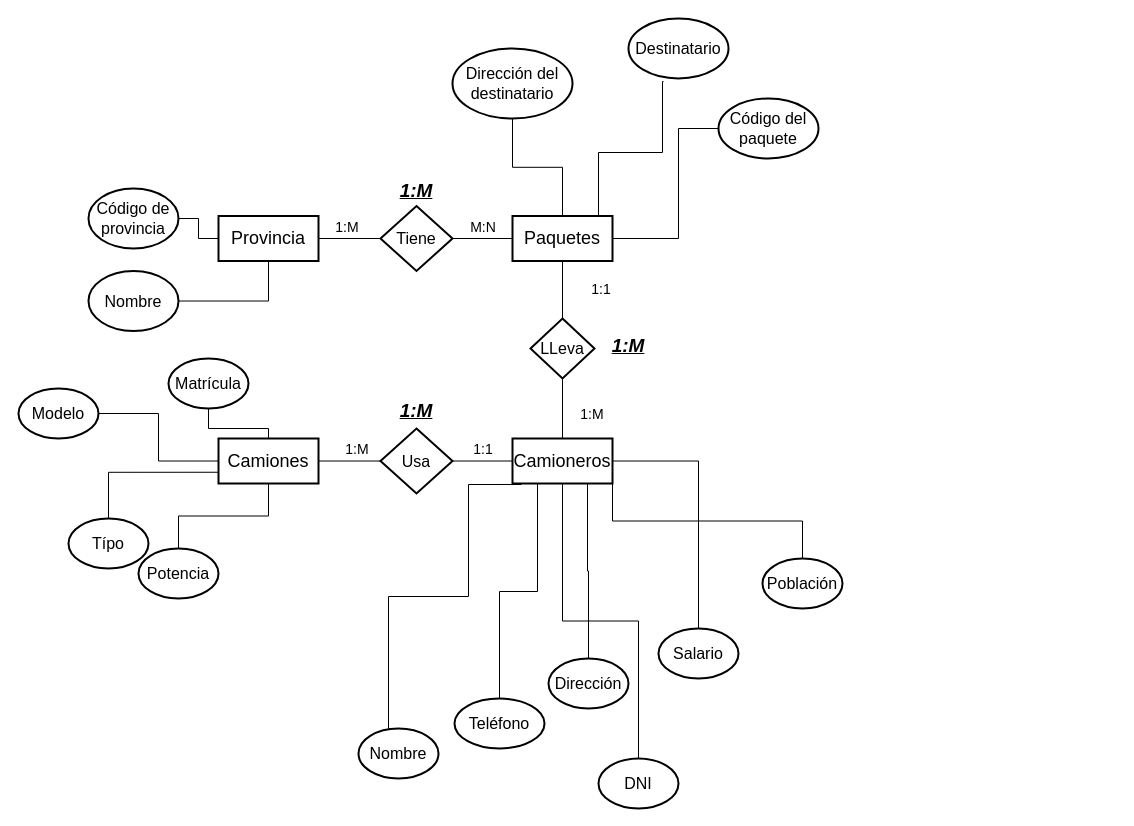
The draw.io diagram page "Page-1" (1 of 3) of Leccion.drawio in NestorLozada/Periodo2020-2, before the edit. Source tidied: cells renumbered, new cells numbered last; positions are measured from the earlier drawing's top-left corner, leaving out a move shared by most shapes. Both pictures are drawn from the tidied source at 100%, with x=0, y=0 at pixel (18, 18).
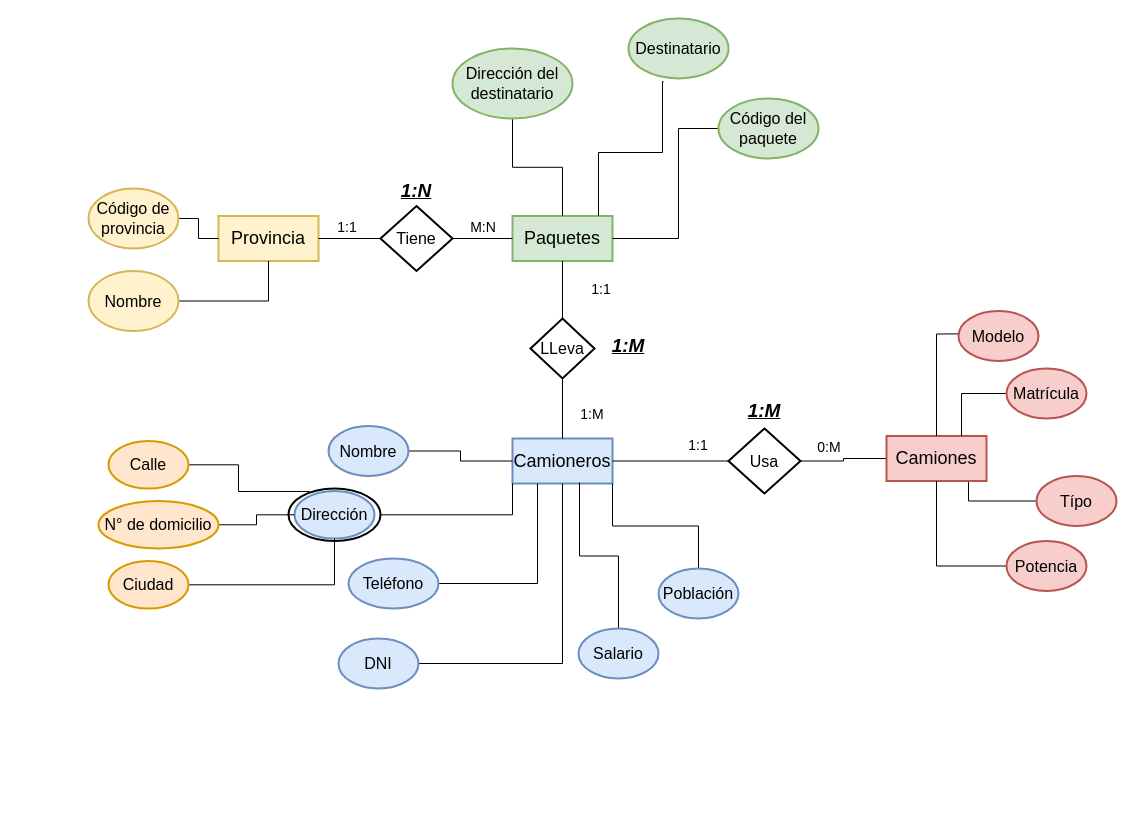
Above is the later version.

What changed in the source:
```diff
@@
-    <mxCell id="2" value="Camioneros" style="rounded=0;whiteSpace=wrap;html=1;fontSize=18;strokeWidth=2;" parent="1" vertex="1">
+    <mxCell id="2" value="Camioneros" style="rounded=0;whiteSpace=wrap;html=1;fontSize=18;strokeWidth=2;fillColor=#dae8fc;strokeColor=#6c8ebf;" parent="1" vertex="1">
       <mxGeometry x="494" y="420" width="100" height="45" as="geometry" />
     </mxCell>
@@
-    <mxCell id="4" value="DNI" style="ellipse;whiteSpace=wrap;html=1;fontSize=16;strokeWidth=2;" parent="1" vertex="1">
-      <mxGeometry x="580" y="740" width="80" height="50" as="geometry" />
+    <mxCell id="4" value="DNI" style="ellipse;whiteSpace=wrap;html=1;fontSize=16;strokeWidth=2;fillColor=#dae8fc;strokeColor=#6c8ebf;" parent="1" vertex="1">
+      <mxGeometry x="320" y="620" width="80" height="50" as="geometry" />
     </mxCell>
-    <mxCell id="5" style="edgeStyle=orthogonalEdgeStyle;rounded=0;jettySize=auto;html=1;fontSize=16;endArrow=none;endFill=0;entryX=0.09;entryY=1.022;entryDx=0;entryDy=0;entryPerimeter=0;exitX=0.5;exitY=0;exitDx=0;exitDy=0;" parent="1" edge="1" source="6" target="2">
-      <mxGeometry relative="1" as="geometry">
-        <Array as="points">
-          <mxPoint x="370" y="578" />
-          <mxPoint x="450" y="578" />
-          <mxPoint x="450" y="466" />
-        </Array>
-      </mxGeometry>
+    <mxCell id="5" style="edgeStyle=orthogonalEdgeStyle;rounded=0;jettySize=auto;html=1;endArrow=none;endFill=0;" parent="1" edge="1" source="6" target="2">
+      <mxGeometry relative="1" as="geometry" />
     </mxCell>
-    <mxCell id="6" value="Nombre" style="ellipse;whiteSpace=wrap;html=1;fontSize=16;strokeWidth=2;" parent="1" vertex="1">
-      <mxGeometry x="340" y="710" width="80" height="50" as="geometry" />
+    <mxCell id="6" value="Nombre" style="ellipse;whiteSpace=wrap;html=1;fontSize=16;strokeWidth=2;fillColor=#dae8fc;strokeColor=#6c8ebf;" parent="1" vertex="1">
+      <mxGeometry x="310" y="407.5" width="80" height="50" as="geometry" />
     </mxCell>
-    <mxCell id="7" style="edgeStyle=orthogonalEdgeStyle;rounded=0;jettySize=auto;html=1;fontSize=16;endArrow=none;endFill=0;entryX=0.25;entryY=1;entryDx=0;entryDy=0;" parent="1" edge="1" source="8" target="2">
-      <mxGeometry relative="1" as="geometry">
-        <Array as="points">
-          <mxPoint x="481" y="573" />
-          <mxPoint x="519" y="573" />
-        </Array>
-      </mxGeometry>
+    <mxCell id="7" style="edgeStyle=orthogonalEdgeStyle;rounded=0;jettySize=auto;html=1;endArrow=none;endFill=0;entryX=0.25;entryY=1;entryDx=0;entryDy=0;" parent="1" edge="1" source="8" target="2">
+      <mxGeometry relative="1" as="geometry" />
     </mxCell>
-    <mxCell id="8" value="Teléfono" style="ellipse;whiteSpace=wrap;html=1;fontSize=16;strokeWidth=2;" parent="1" vertex="1">
-      <mxGeometry x="436" y="680" width="90" height="50" as="geometry" />
+    <mxCell id="8" value="Teléfono" style="ellipse;whiteSpace=wrap;html=1;fontSize=16;strokeWidth=2;fillColor=#dae8fc;strokeColor=#6c8ebf;" parent="1" vertex="1">
+      <mxGeometry x="330" y="540" width="90" height="50" as="geometry" />
     </mxCell>
-    <mxCell id="9" style="edgeStyle=orthogonalEdgeStyle;rounded=0;jettySize=auto;html=1;fontSize=16;endArrow=none;endFill=0;entryX=0.75;entryY=1;entryDx=0;entryDy=0;" parent="1" edge="1" source="10" target="2">
+    <mxCell id="9" style="edgeStyle=orthogonalEdgeStyle;rounded=0;jettySize=auto;html=1;endArrow=none;endFill=0;entryX=0;entryY=1;entryDx=0;entryDy=0;" parent="1" edge="1" source="10" target="2">
       <mxGeometry relative="1" as="geometry" />
     </mxCell>
-    <mxCell id="10" value="Dirección" style="ellipse;whiteSpace=wrap;html=1;fontSize=16;strokeWidth=2;" parent="1" vertex="1">
-      <mxGeometry x="530" y="640" width="80" height="50" as="geometry" />
+    <mxCell id="10" style="ellipse;whiteSpace=wrap;html=1;fontSize=16;strokeWidth=2;" parent="1" vertex="1">
+      <mxGeometry x="270" y="470" width="92" height="52.5" as="geometry" />
     </mxCell>
-    <mxCell id="11" style="edgeStyle=orthogonalEdgeStyle;rounded=0;jettySize=auto;html=1;fontSize=16;endArrow=none;endFill=0;exitX=0.5;exitY=0;exitDx=0;exitDy=0;entryX=1;entryY=0.5;entryDx=0;entryDy=0;" parent="1" edge="1" source="12" target="2">
+    <mxCell id="11" style="edgeStyle=orthogonalEdgeStyle;rounded=0;jettySize=auto;html=1;endArrow=none;endFill=0;entryX=0.67;entryY=0.978;entryDx=0;entryDy=0;entryPerimeter=0;" parent="1" edge="1" source="12" target="2">
       <mxGeometry relative="1" as="geometry" />
     </mxCell>
-    <mxCell id="12" value="Salario" style="ellipse;whiteSpace=wrap;html=1;fontSize=16;strokeWidth=2;" parent="1" vertex="1">
-      <mxGeometry x="640" y="610" width="80" height="50" as="geometry" />
+    <mxCell id="12" value="Salario" style="ellipse;whiteSpace=wrap;html=1;fontSize=16;strokeWidth=2;fillColor=#dae8fc;strokeColor=#6c8ebf;" parent="1" vertex="1">
+      <mxGeometry x="560" y="610" width="80" height="50" as="geometry" />
     </mxCell>
@@
-    <mxCell id="14" value="Población" style="ellipse;whiteSpace=wrap;html=1;fontSize=16;strokeWidth=2;" parent="1" vertex="1">
-      <mxGeometry x="744" y="540" width="80" height="50" as="geometry" />
+    <mxCell id="14" value="Población" style="ellipse;whiteSpace=wrap;html=1;fontSize=16;strokeWidth=2;fillColor=#dae8fc;strokeColor=#6c8ebf;" parent="1" vertex="1">
+      <mxGeometry x="640" y="550" width="80" height="50" as="geometry" />
     </mxCell>
-    <mxCell id="15" value="Paquetes" style="rounded=0;whiteSpace=wrap;html=1;fontSize=18;strokeWidth=2;" parent="1" vertex="1">
+    <mxCell id="15" value="Paquetes" style="rounded=0;whiteSpace=wrap;html=1;fontSize=18;strokeWidth=2;fillColor=#d5e8d4;strokeColor=#82b366;" parent="1" vertex="1">
       <mxGeometry x="494" y="197.5" width="100" height="45" as="geometry" />
     </mxCell>
-    <mxCell id="16" value="Provincia" style="rounded=0;whiteSpace=wrap;html=1;fontSize=18;strokeWidth=2;" parent="1" vertex="1">
+    <mxCell id="16" value="Provincia" style="rounded=0;whiteSpace=wrap;html=1;fontSize=18;strokeWidth=2;fillColor=#fff2cc;strokeColor=#d6b656;" parent="1" vertex="1">
       <mxGeometry x="200" y="197.5" width="100" height="45" as="geometry" />
     </mxCell>
@@
-    <mxCell id="24" value="Código del paquete" style="ellipse;whiteSpace=wrap;html=1;fontSize=16;strokeWidth=2;" parent="1" vertex="1">
+    <mxCell id="24" value="Código del paquete" style="ellipse;whiteSpace=wrap;html=1;fontSize=16;strokeWidth=2;fillColor=#d5e8d4;strokeColor=#82b366;" parent="1" vertex="1">
       <mxGeometry x="700" y="80" width="100" height="60" as="geometry" />
     </mxCell>
@@
-    <mxCell id="26" value="Destinatario" style="ellipse;whiteSpace=wrap;html=1;fontSize=16;strokeWidth=2;" parent="1" vertex="1">
+    <mxCell id="26" value="Destinatario" style="ellipse;whiteSpace=wrap;html=1;fontSize=16;strokeWidth=2;fillColor=#d5e8d4;strokeColor=#82b366;" parent="1" vertex="1">
       <mxGeometry x="610" width="100" height="60" as="geometry" />
     </mxCell>
@@
-    <mxCell id="28" value="Dirección del destinatario" style="ellipse;whiteSpace=wrap;html=1;fontSize=16;strokeWidth=2;" parent="1" vertex="1">
+    <mxCell id="28" value="Dirección del destinatario" style="ellipse;whiteSpace=wrap;html=1;fontSize=16;strokeWidth=2;fillColor=#d5e8d4;strokeColor=#82b366;" parent="1" vertex="1">
       <mxGeometry x="434" y="30" width="120" height="70" as="geometry" />
     </mxCell>
-    <mxCell id="29" value="1:M" style="text;html=1;strokeColor=none;fillColor=none;align=center;verticalAlign=middle;whiteSpace=wrap;rounded=0;fontSize=19;labelBackgroundColor=default;labelBorderColor=none;fontStyle=7;" parent="1" vertex="1">
+    <mxCell id="29" value="1:N" style="text;html=1;strokeColor=none;fillColor=none;align=center;verticalAlign=middle;whiteSpace=wrap;rounded=0;fontSize=19;labelBackgroundColor=default;labelBorderColor=none;fontStyle=7;" parent="1" vertex="1">
       <mxGeometry x="368" y="157.5" width="60" height="30" as="geometry" />
     </mxCell>
-    <mxCell id="30" value="1:M" style="text;html=1;strokeColor=none;fillColor=none;align=center;verticalAlign=middle;whiteSpace=wrap;rounded=0;labelBackgroundColor=none;labelBorderColor=none;fontSize=14;" parent="1" vertex="1">
+    <mxCell id="30" value="1:1" style="text;html=1;strokeColor=none;fillColor=none;align=center;verticalAlign=middle;whiteSpace=wrap;rounded=0;labelBackgroundColor=none;labelBorderColor=none;fontSize=14;" parent="1" vertex="1">
       <mxGeometry x="300" y="197.5" width="58" height="22.5" as="geometry" />
     </mxCell>
@@
-    <mxCell id="33" style="edgeStyle=orthogonalEdgeStyle;rounded=0;jettySize=auto;html=1;fontSize=14;endArrow=none;endFill=0;exitX=0;exitY=0.75;exitDx=0;exitDy=0;" parent="1" edge="1" source="34" target="39">
+    <mxCell id="33" style="edgeStyle=orthogonalEdgeStyle;rounded=0;jettySize=auto;html=1;fontSize=14;endArrow=none;endFill=0;exitX=0.82;exitY=1;exitDx=0;exitDy=0;exitPerimeter=0;" parent="1" edge="1" source="34" target="39">
       <mxGeometry relative="1" as="geometry" />
     </mxCell>
-    <mxCell id="34" value="Camiones" style="rounded=0;whiteSpace=wrap;html=1;fontSize=18;strokeWidth=2;" parent="1" vertex="1">
-      <mxGeometry x="200" y="420" width="100" height="45" as="geometry" />
+    <mxCell id="34" value="Camiones" style="rounded=0;whiteSpace=wrap;html=1;fontSize=18;strokeWidth=2;fillColor=#f8cecc;strokeColor=#b85450;" parent="1" vertex="1">
+      <mxGeometry x="868" y="417.5" width="100" height="45" as="geometry" />
     </mxCell>
-    <mxCell id="35" style="edgeStyle=orthogonalEdgeStyle;rounded=0;jettySize=auto;html=1;fontSize=14;endArrow=none;endFill=0;" parent="1" edge="1" source="36" target="34">
+    <mxCell id="35" style="edgeStyle=orthogonalEdgeStyle;rounded=0;jettySize=auto;html=1;fontSize=14;endArrow=none;endFill=0;entryX=0.75;entryY=0;entryDx=0;entryDy=0;" parent="1" edge="1" source="36" target="34">
       <mxGeometry relative="1" as="geometry" />
     </mxCell>
-    <mxCell id="36" value="Matrícula" style="ellipse;whiteSpace=wrap;html=1;fontSize=16;strokeWidth=2;" parent="1" vertex="1">
-      <mxGeometry x="150" y="340" width="80" height="50" as="geometry" />
+    <mxCell id="36" value="Matrícula" style="ellipse;whiteSpace=wrap;html=1;fontSize=16;strokeWidth=2;fillColor=#f8cecc;strokeColor=#b85450;" parent="1" vertex="1">
+      <mxGeometry x="988" y="350" width="80" height="50" as="geometry" />
     </mxCell>
-    <mxCell id="37" style="edgeStyle=orthogonalEdgeStyle;rounded=0;jettySize=auto;html=1;fontSize=14;endArrow=none;endFill=0;" parent="1" edge="1" source="38" target="34">
-      <mxGeometry relative="1" as="geometry" />
+    <mxCell id="37" style="edgeStyle=orthogonalEdgeStyle;rounded=0;jettySize=auto;html=1;fontSize=14;endArrow=none;endFill=0;" parent="1" edge="1" target="34">
+      <mxGeometry relative="1" as="geometry">
+        <mxPoint x="998" y="315" as="sourcePoint" />
+      </mxGeometry>
     </mxCell>
-    <mxCell id="38" value="Modelo" style="ellipse;whiteSpace=wrap;html=1;fontSize=16;strokeWidth=2;" parent="1" vertex="1">
-      <mxGeometry y="370" width="80" height="50" as="geometry" />
+    <mxCell id="38" value="Modelo" style="ellipse;whiteSpace=wrap;html=1;fontSize=16;strokeWidth=2;fillColor=#f8cecc;strokeColor=#b85450;" parent="1" vertex="1">
+      <mxGeometry x="940" y="292.5" width="80" height="50" as="geometry" />
     </mxCell>
-    <mxCell id="39" value="Típo" style="ellipse;whiteSpace=wrap;html=1;fontSize=16;strokeWidth=2;" parent="1" vertex="1">
-      <mxGeometry x="50" y="500" width="80" height="50" as="geometry" />
+    <mxCell id="39" value="Típo" style="ellipse;whiteSpace=wrap;html=1;fontSize=16;strokeWidth=2;fillColor=#f8cecc;strokeColor=#b85450;" parent="1" vertex="1">
+      <mxGeometry x="1018" y="457.5" width="80" height="50" as="geometry" />
     </mxCell>
@@
-    <mxCell id="41" value="Potencia" style="ellipse;whiteSpace=wrap;html=1;fontSize=16;strokeWidth=2;" parent="1" vertex="1">
-      <mxGeometry x="120" y="530" width="80" height="50" as="geometry" />
+    <mxCell id="41" value="Potencia" style="ellipse;whiteSpace=wrap;html=1;fontSize=16;strokeWidth=2;fillColor=#f8cecc;strokeColor=#b85450;" parent="1" vertex="1">
+      <mxGeometry x="988" y="522.5" width="80" height="50" as="geometry" />
     </mxCell>
@@
     <mxCell id="43" value="Usa" style="rhombus;whiteSpace=wrap;html=1;fontSize=16;strokeWidth=2;" parent="1" vertex="1">
-      <mxGeometry x="362" y="410" width="72" height="65" as="geometry" />
+      <mxGeometry x="710" y="410" width="72" height="65" as="geometry" />
     </mxCell>
     <mxCell id="44" value="1:M" style="text;html=1;strokeColor=none;fillColor=none;align=center;verticalAlign=middle;whiteSpace=wrap;rounded=0;fontSize=19;labelBackgroundColor=default;labelBorderColor=none;fontStyle=7;" parent="1" vertex="1">
-      <mxGeometry x="368" y="377.5" width="60" height="30" as="geometry" />
+      <mxGeometry x="716" y="377.5" width="60" height="30" as="geometry" />
     </mxCell>
-    <mxCell id="45" value="1:M" style="text;html=1;strokeColor=none;fillColor=none;align=center;verticalAlign=middle;whiteSpace=wrap;rounded=0;labelBackgroundColor=none;labelBorderColor=none;fontSize=14;" parent="1" vertex="1">
-      <mxGeometry x="310" y="420" width="58" height="22.5" as="geometry" />
+    <mxCell id="45" value="1:1" style="text;html=1;strokeColor=none;fillColor=none;align=center;verticalAlign=middle;whiteSpace=wrap;rounded=0;labelBackgroundColor=none;labelBorderColor=none;fontSize=14;" parent="1" vertex="1">
+      <mxGeometry x="651" y="416.2" width="58" height="22.5" as="geometry" />
     </mxCell>
-    <mxCell id="46" value="1:1" style="text;html=1;strokeColor=none;fillColor=none;align=center;verticalAlign=middle;whiteSpace=wrap;rounded=0;labelBackgroundColor=none;labelBorderColor=none;fontSize=14;" parent="1" vertex="1">
-      <mxGeometry x="436" y="420" width="58" height="22.5" as="geometry" />
+    <mxCell id="46" value="0:M" style="text;html=1;strokeColor=none;fillColor=none;align=center;verticalAlign=middle;whiteSpace=wrap;rounded=0;labelBackgroundColor=none;labelBorderColor=none;fontSize=14;" parent="1" vertex="1">
+      <mxGeometry x="782" y="417.5" width="58" height="22.5" as="geometry" />
     </mxCell>
@@
-    <mxCell id="48" value="Código de provincia" style="ellipse;whiteSpace=wrap;html=1;fontSize=16;strokeWidth=2;" parent="1" vertex="1">
+    <mxCell id="48" value="Código de provincia" style="ellipse;whiteSpace=wrap;html=1;fontSize=16;strokeWidth=2;fillColor=#fff2cc;strokeColor=#d6b656;" parent="1" vertex="1">
       <mxGeometry x="70" y="170" width="90" height="60" as="geometry" />
     </mxCell>
@@
-    <mxCell id="50" value="Nombre" style="ellipse;whiteSpace=wrap;html=1;fontSize=16;strokeWidth=2;" parent="1" vertex="1">
+    <mxCell id="50" value="Nombre" style="ellipse;whiteSpace=wrap;html=1;fontSize=16;strokeWidth=2;fillColor=#fff2cc;strokeColor=#d6b656;" parent="1" vertex="1">
       <mxGeometry x="70" y="252.5" width="90" height="60" as="geometry" />
     </mxCell>
@@
+    <mxCell id="54" value="Dirección" style="ellipse;whiteSpace=wrap;html=1;fontSize=16;strokeWidth=2;fillColor=#dae8fc;strokeColor=#6c8ebf;" parent="1" vertex="1">
+      <mxGeometry x="276" y="472.5" width="80" height="47.5" as="geometry" />
+    </mxCell>
+    <mxCell id="55" style="edgeStyle=orthogonalEdgeStyle;rounded=0;jettySize=auto;html=1;endArrow=none;endFill=0;entryX=0.228;entryY=0.057;entryDx=0;entryDy=0;entryPerimeter=0;" parent="1" edge="1" source="56" target="10">
+      <mxGeometry relative="1" as="geometry" />
+    </mxCell>
+    <mxCell id="56" value="Calle" style="ellipse;whiteSpace=wrap;html=1;fontSize=16;strokeWidth=2;fillColor=#ffe6cc;strokeColor=#d79b00;" parent="1" vertex="1">
+      <mxGeometry x="90" y="422.5" width="80" height="47.5" as="geometry" />
+    </mxCell>
+    <mxCell id="57" style="edgeStyle=orthogonalEdgeStyle;rounded=0;jettySize=auto;html=1;endArrow=none;endFill=0;" parent="1" edge="1" source="58" target="54">
+      <mxGeometry relative="1" as="geometry" />
+    </mxCell>
+    <mxCell id="58" value="N° de domicilio" style="ellipse;whiteSpace=wrap;html=1;fontSize=16;strokeWidth=2;fillColor=#ffe6cc;strokeColor=#d79b00;" parent="1" vertex="1">
+      <mxGeometry x="80" y="482.5" width="120" height="47.5" as="geometry" />
+    </mxCell>
+    <mxCell id="59" style="edgeStyle=orthogonalEdgeStyle;rounded=0;jettySize=auto;html=1;endArrow=none;endFill=0;" parent="1" edge="1" source="60" target="54">
+      <mxGeometry relative="1" as="geometry" />
+    </mxCell>
+    <mxCell id="60" value="Ciudad" style="ellipse;whiteSpace=wrap;html=1;fontSize=16;strokeWidth=2;fillColor=#ffe6cc;strokeColor=#d79b00;" parent="1" vertex="1">
+      <mxGeometry x="90" y="542.5" width="80" height="47.5" as="geometry" />
+    </mxCell>
```
